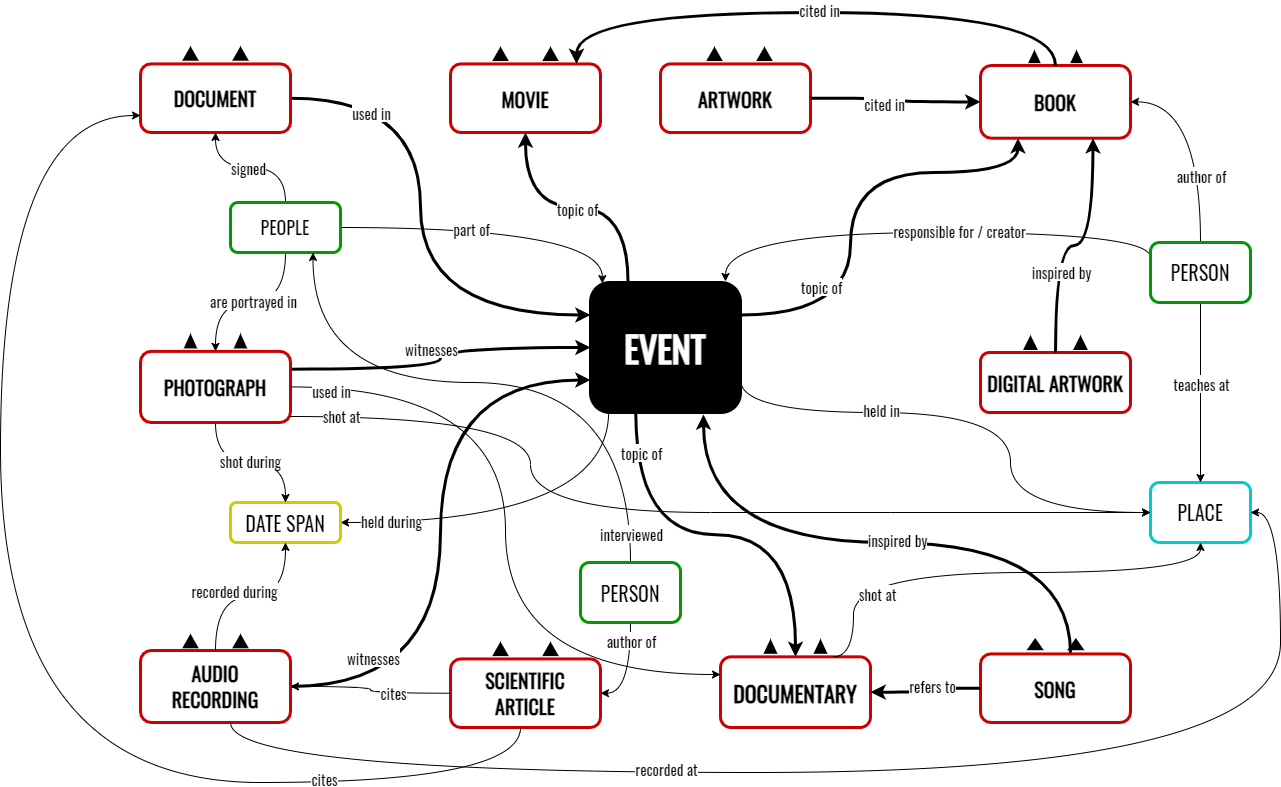
lauratravaglini/spelod.github.io keeps this draw.io diagram as assets/img/lucifer/SPE_ER_Model_NEW.png. Above is the earlier version. Source tidied: cells renumbered, new cells last; positions are measured from the earlier drawing's top-left corner, leaving out a move shared by most shapes.
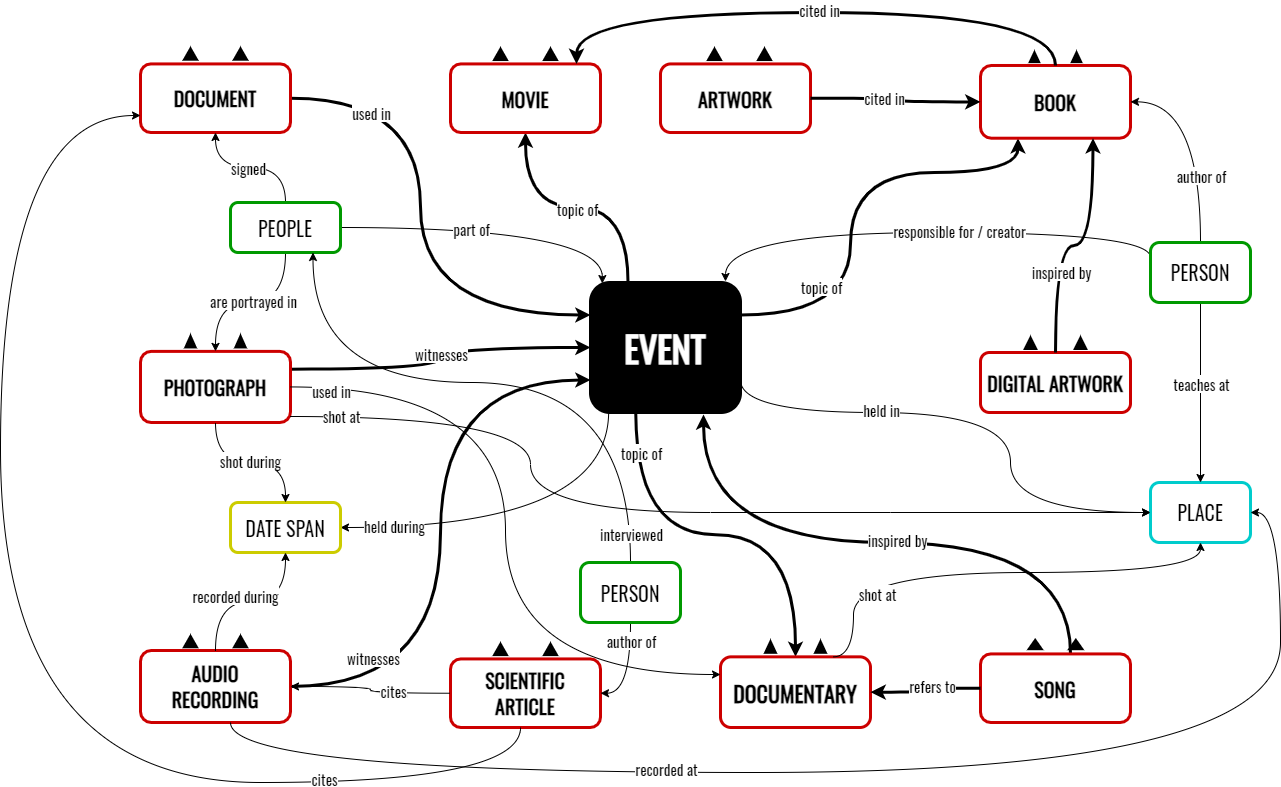
Above is the later version.

Change to the diagram source:
```diff
@@ -244,11 +244,11 @@
         <mxPoint x="-18" y="-7" as="offset" />
       </mxGeometry>
     </mxCell>
-    <mxCell id="67" value="&lt;font face=&quot;Oswald&quot;&gt;&lt;span style=&quot;font-size: 18px&quot;&gt;PEOPLE&lt;/span&gt;&lt;/font&gt;" style="rounded=1;whiteSpace=wrap;html=1;strokeWidth=3;fillColor=#FFFFFF;strokeColor=#009900;" parent="1" vertex="1">
+    <mxCell id="67" value="&lt;font face=&quot;Oswald&quot; style=&quot;font-size: 20px&quot;&gt;PEOPLE&lt;/font&gt;" style="rounded=1;whiteSpace=wrap;html=1;strokeWidth=3;fillColor=#FFFFFF;strokeColor=#009900;" parent="1" vertex="1">
       <mxGeometry x="230" y="190" width="110" height="50" as="geometry" />
     </mxCell>
     <mxCell id="68" value="&lt;font face=&quot;Oswald&quot; style=&quot;font-size: 20px&quot;&gt;DATE SPAN&lt;/font&gt;" style="rounded=1;whiteSpace=wrap;html=1;strokeWidth=3;fillColor=#FFFFFF;strokeColor=#CCCC00;" parent="1" vertex="1">
-      <mxGeometry x="230" y="490" width="110" height="40" as="geometry" />
+      <mxGeometry x="230" y="490" width="110" height="50" as="geometry" />
     </mxCell>
     <mxCell id="69" value="&lt;font face=&quot;Oswald&quot;&gt;PLACE&lt;/font&gt;" style="rounded=1;whiteSpace=wrap;html=1;strokeWidth=3;fillColor=#FFFFFF;strokeColor=#00CCCC;fontSize=20;" parent="1" vertex="1">
       <mxGeometry x="1150" y="470" width="100" height="60" as="geometry" />
@@ -322,7 +322,7 @@
     </mxCell>
     <mxCell id="85" value="cited in" style="edgeLabel;html=1;align=center;verticalAlign=middle;fontSize=15;fontStyle=0;fontFamily=Oswald;fontSource=https%3A%2F%2Ffonts.googleapis.com%2Fcss%3Ffamily%3DOswald;" parent="84" vertex="1">
       <mxGeometry x="-0.44" y="-5" relative="1" as="geometry">
-        <mxPoint x="24" as="offset" />
+        <mxPoint x="24" y="-6" as="offset" />
       </mxGeometry>
     </mxCell>
     <mxCell id="86" style="edgeStyle=orthogonalEdgeStyle;curved=1;rounded=0;jettySize=auto;html=1;fontSize=12;strokeWidth=1;exitDx=0;exitDy=0;exitPerimeter=0;" parent="1" edge="1" source="39" target="69">
@@ -336,7 +336,7 @@
     </mxCell>
     <mxCell id="87" value="witnesses" style="edgeLabel;html=1;align=center;verticalAlign=middle;fontSize=15;fontFamily=Oswald;fontSource=https%3A%2F%2Ffonts.googleapis.com%2Fcss%3Ffamily%3DOswald;fontStyle=0;" parent="86" vertex="1">
       <mxGeometry x="0.15" y="13" relative="1" as="geometry">
-        <mxPoint x="-315" y="-152" as="offset" />
+        <mxPoint x="-305" y="-147" as="offset" />
       </mxGeometry>
     </mxCell>
     <mxCell id="88" style="edgeStyle=orthogonalEdgeStyle;curved=1;rounded=0;jettySize=auto;html=1;entryX=0.5;entryY=0;entryDx=0;entryDy=0;fontSize=12;strokeWidth=1;" parent="1" edge="1" source="39" target="68">
@@ -426,7 +426,7 @@
     </mxCell>
     <mxCell id="105" value="cites" style="edgeLabel;html=1;align=center;verticalAlign=middle;fontSize=15;fontFamily=Oswald;fontStyle=0;" parent="103" vertex="1">
       <mxGeometry x="-0.13" relative="1" as="geometry">
-        <mxPoint x="15" y="-1" as="offset" />
+        <mxPoint x="15" y="-3" as="offset" />
       </mxGeometry>
     </mxCell>
     <mxCell id="106" style="edgeStyle=orthogonalEdgeStyle;curved=1;rounded=0;jettySize=auto;html=1;fontFamily=Oswald;fontSource=https%3A%2F%2Ffonts.googleapis.com%2Fcss%3Ffamily%3DOswald;fontSize=16;" parent="1" edge="1" source="59" target="31">
```
